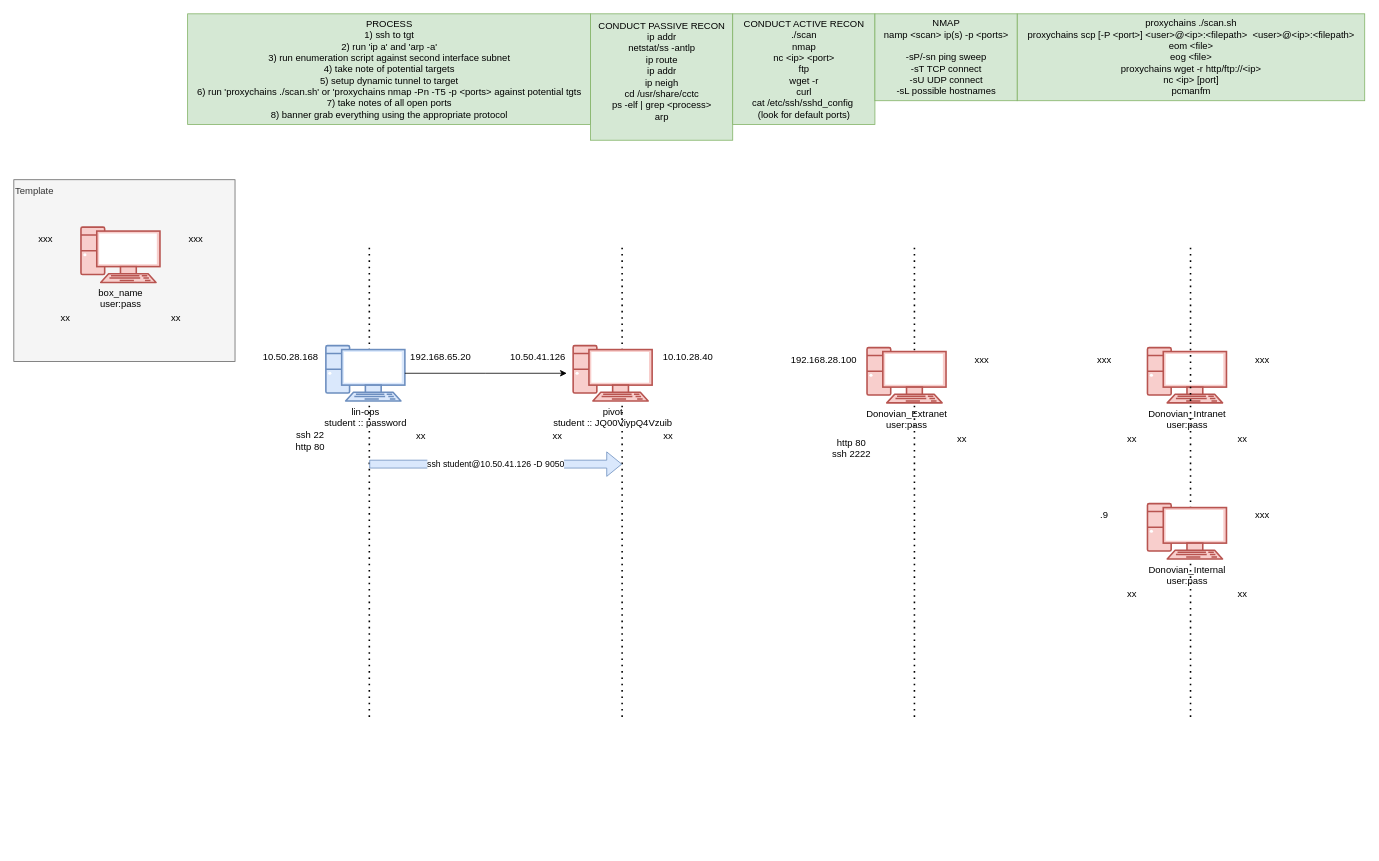
Above: CCTC/SEC/Day_8/Post/DPE.drawio in wifi96h/new (draw.io), before the change. Source tidied: cells renumbered, new cells numbered last; positions are measured from the earlier drawing's top-left corner, leaving out a move shared by most shapes. Both pictures are drawn from the tidied source at 79%, with x=0, y=0 at pixel (13, 13).
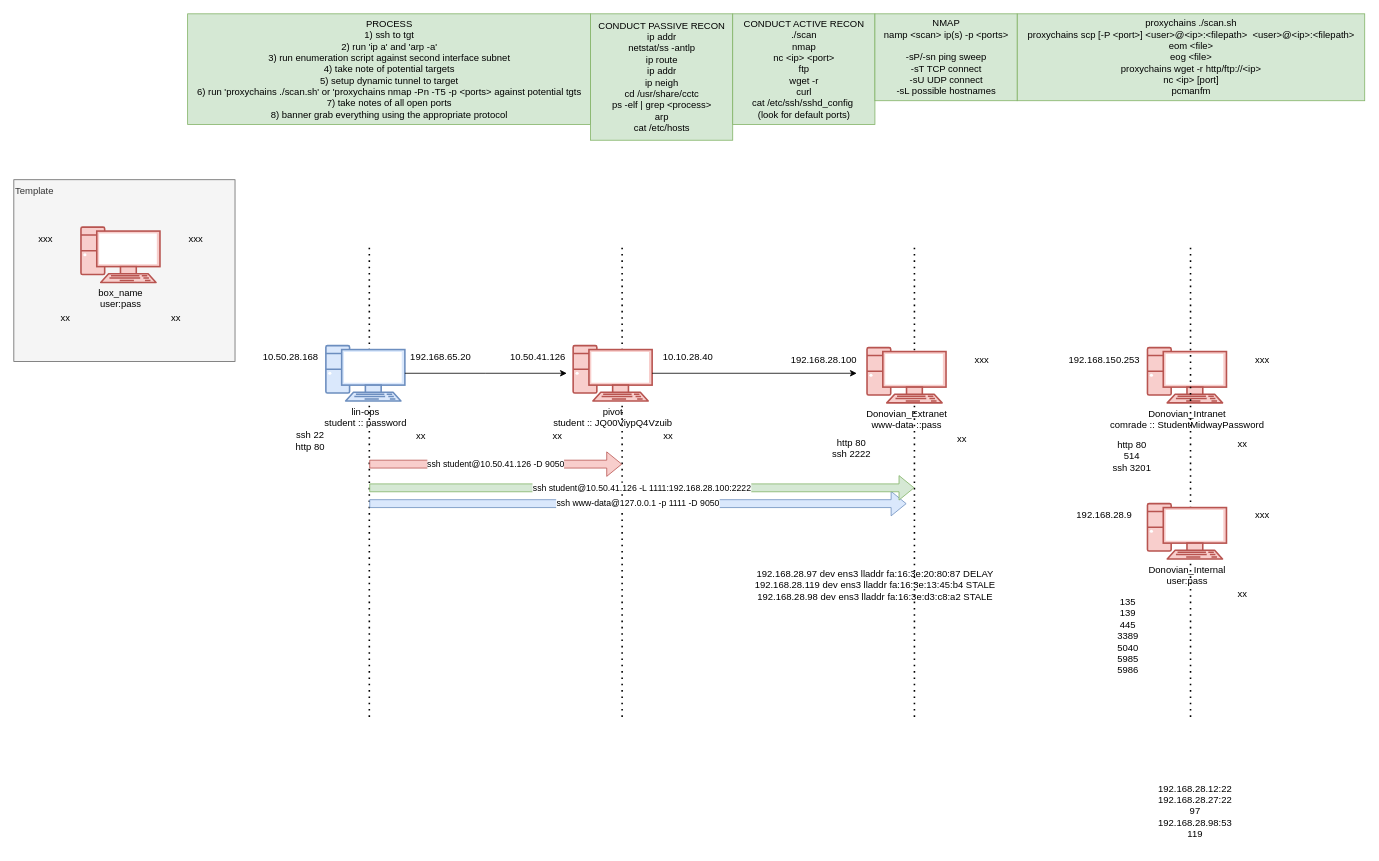
The same diagram, later.

The change refers to these unchanged cells:
```xml
<mxCell id="22" value="&lt;div&gt;pivot&lt;/div&gt;&lt;div&gt;student :: JQ00ViypQ4Vzuib&lt;/div&gt;" style="verticalAlign=top;verticalLabelPosition=bottom;labelPosition=center;align=center;html=1;outlineConnect=0;fillColor=#f8cecc;strokeColor=#b85450;gradientDirection=north;strokeWidth=2;shape=mxgraph.networks.pc;" parent="21" vertex="1">
  <mxGeometry x="35" width="100" height="70" as="geometry" />
</mxCell>
<mxCell id="34" style="group;" parent="33" vertex="1">
  <mxGeometry y="20" width="225" height="135" as="geometry" />
</mxCell>
<mxCell id="44" value="192.168.28.100" style="text;html=1;align=center;verticalAlign=middle;points=[];strokeColor=none;fillColor=none;" parent="1" vertex="1">
  <mxGeometry x="970" y="422.5" width="110" height="30" as="geometry" />
</mxCell>
```

The edit, as a diff of the source:
```diff
@@
-    <mxCell id="28" value="CONDUCT PASSIVE RECON&lt;div&gt;ip addr&lt;/div&gt;&lt;div&gt;netstat/ss -antlp&lt;/div&gt;&lt;div&gt;ip route&lt;/div&gt;&lt;div&gt;ip addr&lt;/div&gt;&lt;div&gt;ip neigh&lt;/div&gt;&lt;div&gt;cd /usr/share/cctc&lt;/div&gt;&lt;div&gt;ps -elf | grep &amp;lt;process&amp;gt;&lt;/div&gt;&lt;div&gt;arp&lt;/div&gt;&lt;div&gt;&lt;br&gt;&lt;/div&gt;" style="text;html=1;align=center;verticalAlign=middle;strokeColor=#82b366;fillColor=#d5e8d4;" parent="1" vertex="1">
+    <mxCell id="28" value="CONDUCT PASSIVE RECON&lt;div&gt;ip addr&lt;/div&gt;&lt;div&gt;netstat/ss -antlp&lt;/div&gt;&lt;div&gt;ip route&lt;/div&gt;&lt;div&gt;ip addr&lt;/div&gt;&lt;div&gt;ip neigh&lt;/div&gt;&lt;div&gt;cd /usr/share/cctc&lt;/div&gt;&lt;div&gt;ps -elf | grep &amp;lt;process&amp;gt;&lt;/div&gt;&lt;div&gt;arp&lt;/div&gt;&lt;div&gt;cat /etc/hosts&lt;/div&gt;" style="text;html=1;align=center;verticalAlign=middle;strokeColor=#82b366;fillColor=#d5e8d4;" parent="1" vertex="1">
       <mxGeometry x="730" width="180" height="160" as="geometry" />
     </mxCell>
@@
-    <mxCell id="35" value="Donovian_Extranet&lt;div&gt;user:pass&lt;/div&gt;" style="verticalAlign=top;verticalLabelPosition=bottom;labelPosition=center;align=center;html=1;fillColor=#f8cecc;strokeColor=#b85450;gradientDirection=north;strokeWidth=2;shape=mxgraph.networks.pc;" parent="34" vertex="1">
+    <mxCell id="35" value="Donovian_Extranet&lt;div&gt;www-data ::pass&lt;/div&gt;" style="verticalAlign=top;verticalLabelPosition=bottom;labelPosition=center;align=center;html=1;fillColor=#f8cecc;strokeColor=#b85450;gradientDirection=north;strokeWidth=2;shape=mxgraph.networks.pc;" parent="34" vertex="1">
       <mxGeometry x="35" width="100" height="70" as="geometry" />
     </mxCell>
@@
     <mxCell id="38" style="group;" parent="1" vertex="1">
-      <mxGeometry x="1400" y="402.5" width="225" height="150" as="geometry" />
+      <mxGeometry x="1400" y="402.5" width="225" height="165" as="geometry" />
     </mxCell>
     <mxCell id="39" style="group;" parent="38" vertex="1">
-      <mxGeometry y="20" width="225" height="130" as="geometry" />
+      <mxGeometry y="20" width="225" height="145" as="geometry" />
     </mxCell>
-    <mxCell id="40" value="Donovian_Intranet&lt;div&gt;user:pass&lt;/div&gt;" style="verticalAlign=top;verticalLabelPosition=bottom;labelPosition=center;align=center;html=1;fillColor=#f8cecc;strokeColor=#b85450;gradientDirection=north;strokeWidth=2;shape=mxgraph.networks.pc;" parent="39" vertex="1">
+    <mxCell id="40" value="Donovian_Intranet&lt;div&gt;&lt;div&gt;comrade :: StudentMidwayPassword&lt;br&gt;&lt;/div&gt;&lt;/div&gt;" style="verticalAlign=top;verticalLabelPosition=bottom;labelPosition=center;align=center;html=1;fillColor=#f8cecc;strokeColor=#b85450;gradientDirection=north;strokeWidth=2;shape=mxgraph.networks.pc;" parent="39" vertex="1">
       <mxGeometry x="35" width="100" height="70" as="geometry" />
     </mxCell>
-    <mxCell id="41" value="xx" style="text;html=1;align=center;verticalAlign=middle;strokeColor=none;fillColor=none;" parent="39" vertex="1">
-      <mxGeometry x="-5" y="100" width="40" height="30" as="geometry" />
-    </mxCell>
@@
     <mxCell id="43" value="xx" style="text;html=1;align=center;verticalAlign=middle;strokeColor=none;fillColor=none;" parent="39" vertex="1">
-      <mxGeometry x="135" y="100" width="40" height="30" as="geometry" />
+      <mxGeometry x="135" y="107.5" width="40" height="30" as="geometry" />
     </mxCell>
@@
-    <mxCell id="45" value="xxx" style="text;html=1;align=center;verticalAlign=middle;strokeColor=none;fillColor=none;" parent="1" vertex="1">
-      <mxGeometry x="1360" y="422.5" width="40" height="30" as="geometry" />
+    <mxCell id="45" value="192.168.150.253" style="text;html=1;align=center;verticalAlign=middle;strokeColor=none;fillColor=none;" parent="1" vertex="1">
+      <mxGeometry x="1325" y="422.5" width="110" height="30" as="geometry" />
     </mxCell>
@@
-    <mxCell id="47" value="ssh student@10.50.41.126 -D 9050" style="shape=flexArrow;endArrow=classic;html=1;rounded=0;fillColor=#dae8fc;strokeColor=#6c8ebf;" parent="1" edge="1">
+    <mxCell id="47" value="ssh student@10.50.41.126 -D 9050" style="shape=flexArrow;endArrow=classic;html=1;rounded=0;fillColor=#f8cecc;strokeColor=#b85450;" parent="1" edge="1">
       <mxGeometry relative="1" as="geometry">
         <mxPoint x="450" y="570" as="sourcePoint" />
         <mxPoint x="770" y="570" as="targetPoint" />
       </mxGeometry>
     </mxCell>
@@
     <mxCell id="49" style="group;" parent="1" vertex="1">
-      <mxGeometry x="1365" y="620" width="260" height="130" as="geometry" />
+      <mxGeometry x="1365" y="620" width="260" height="285" as="geometry" />
     </mxCell>
-    <mxCell id="50" value=".9" style="text;html=1;align=center;verticalAlign=middle;strokeColor=none;fillColor=none;" parent="49" vertex="1">
-      <mxGeometry width="30" height="30" as="geometry" />
+    <mxCell id="50" value="192.168.28.9" style="text;html=1;align=center;verticalAlign=middle;strokeColor=none;fillColor=none;" parent="49" vertex="1">
+      <mxGeometry x="-30" width="90" height="30" as="geometry" />
     </mxCell>
     <mxCell id="51" style="group;" parent="49" vertex="1">
-      <mxGeometry x="35" width="225" height="130" as="geometry" />
+      <mxGeometry x="35" width="225" height="150" as="geometry" />
     </mxCell>
@@
-    <mxCell id="53" value="xx" style="text;html=1;align=center;verticalAlign=middle;strokeColor=none;fillColor=none;" parent="51" vertex="1">
-      <mxGeometry x="-5" y="100" width="40" height="30" as="geometry" />
-    </mxCell>
@@
+    <mxCell id="53" value="135&lt;div&gt;139&lt;/div&gt;&lt;div&gt;445&lt;/div&gt;&lt;div&gt;3389&lt;/div&gt;&lt;div&gt;5040&lt;/div&gt;&lt;div&gt;5985&lt;/div&gt;&lt;div&gt;5986&lt;/div&gt;&lt;div&gt;&lt;br&gt;&lt;/div&gt;" style="text;html=1;align=center;verticalAlign=middle;strokeColor=none;fillColor=none;" parent="49" vertex="1">
+      <mxGeometry x="20" y="110" width="50" height="130" as="geometry" />
+    </mxCell>
+    <mxCell id="56" value="&lt;span style=&quot;background-color: initial;&quot;&gt;192.168.28.97 dev ens3 lladdr fa:16:3e:20:80:87 DELAY&lt;/span&gt;&lt;div&gt;192.168.28.119 dev ens3 lladdr fa:16:3e:13:45:b4 STALE&lt;/div&gt;&lt;div&gt;192.168.28.98 dev ens3 lladdr fa:16:3e:d3:c8:a2 STALE&lt;/div&gt;" style="text;html=1;align=center;verticalAlign=middle;strokeColor=none;fillColor=none;" parent="1" vertex="1">
+      <mxGeometry x="925" y="693" width="330" height="60" as="geometry" />
+    </mxCell>
+    <mxCell id="57" value="ssh www-data@127.0.0.1 -p 1111 -D 9050" style="shape=flexArrow;endArrow=classic;html=1;rounded=0;fillColor=#dae8fc;strokeColor=#6c8ebf;" parent="1" edge="1">
+      <mxGeometry relative="1" as="geometry">
+        <mxPoint x="450" y="620" as="sourcePoint" />
+        <mxPoint x="1130" y="620" as="targetPoint" />
+      </mxGeometry>
+    </mxCell>
+    <mxCell id="58" value="ssh student@10.50.41.126 -L 1111:192.168.28.100:2222" style="shape=flexArrow;endArrow=classic;html=1;rounded=0;fillColor=#d5e8d4;strokeColor=#82b366;" parent="1" edge="1">
+      <mxGeometry relative="1" as="geometry">
+        <mxPoint x="450" y="600" as="sourcePoint" />
+        <mxPoint x="1140" y="600" as="targetPoint" />
+      </mxGeometry>
+    </mxCell>
+    <mxCell id="59" value="192.168.28.12:22&lt;div&gt;192.168.28.27:22&lt;br&gt;&lt;/div&gt;&lt;div&gt;97&lt;/div&gt;&lt;div&gt;192.168.28.98:53&lt;/div&gt;&lt;div&gt;119&lt;/div&gt;" style="text;html=1;align=center;verticalAlign=middle;strokeColor=none;fillColor=none;" parent="1" vertex="1">
+      <mxGeometry x="1435" y="965" width="120" height="90" as="geometry" />
+    </mxCell>
+    <mxCell id="60" style="edgeStyle=orthogonalEdgeStyle;rounded=0;jettySize=auto;html=1;exitX=1;exitY=0.5;exitDx=0;exitDy=0;exitPerimeter=0;entryX=0.882;entryY=1.083;entryDx=0;entryDy=0;entryPerimeter=0;" parent="1" edge="1" source="22" target="44">
+      <mxGeometry relative="1" as="geometry" />
+    </mxCell>
+    <mxCell id="41" value="http 80&lt;div&gt;514&lt;/div&gt;&lt;div&gt;ssh 3201&lt;/div&gt;" style="text;html=1;align=center;verticalAlign=middle;strokeColor=none;fillColor=none;" parent="1" vertex="1">
+      <mxGeometry x="1380" y="530" width="70" height="60" as="geometry" />
+    </mxCell>
```
